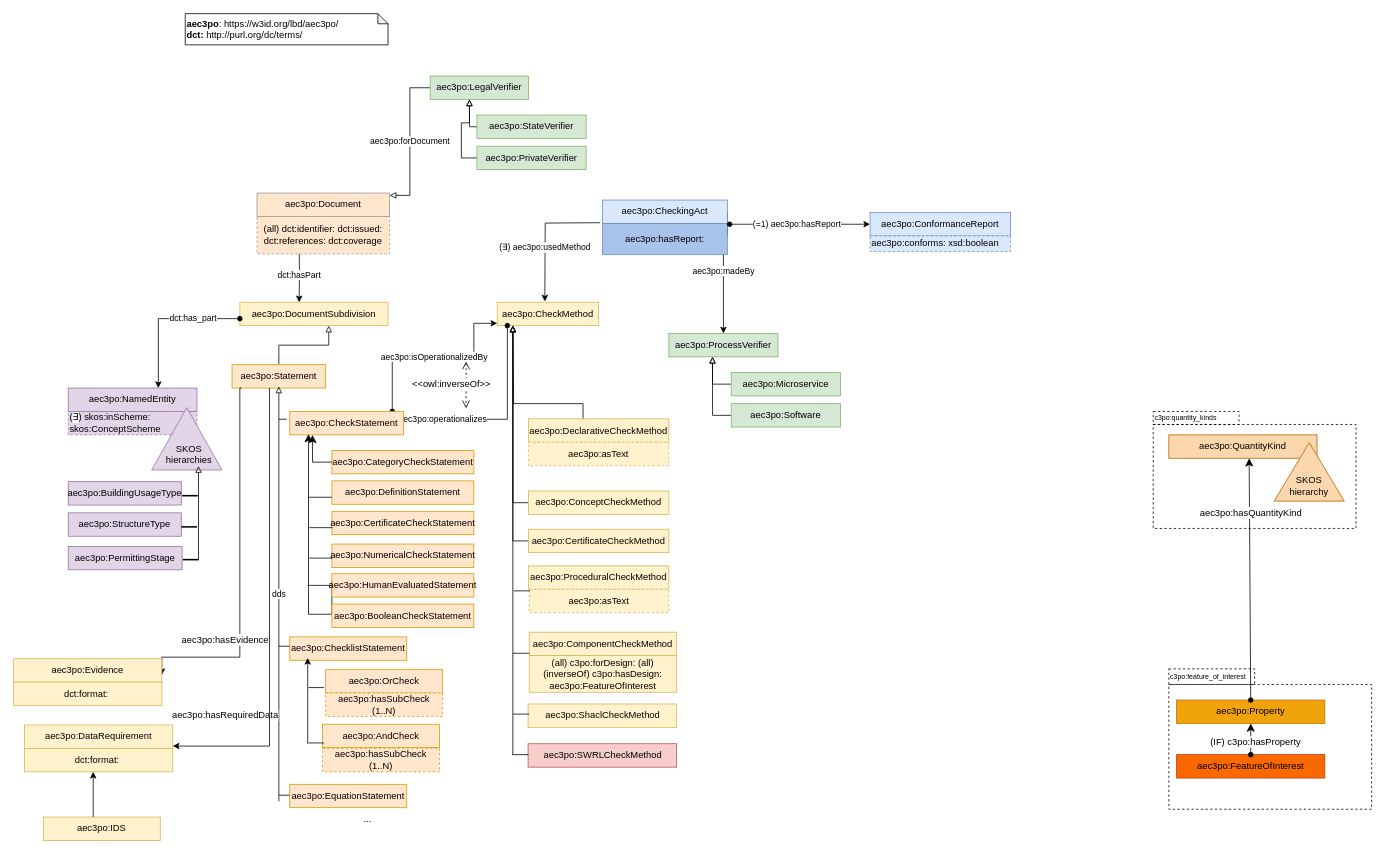
Earlier version of the draw.io diagram page "overview" (1 of 48) of src/aec3po.drawio (Accord-Project/aec3po). Source tidied: cells renumbered, new cells numbered last; positions are measured from the earlier drawing's top-left corner, leaving out a move shared by most shapes. Both pictures are drawn from the tidied source at 78%, with x=0, y=0 at pixel (13, 13).
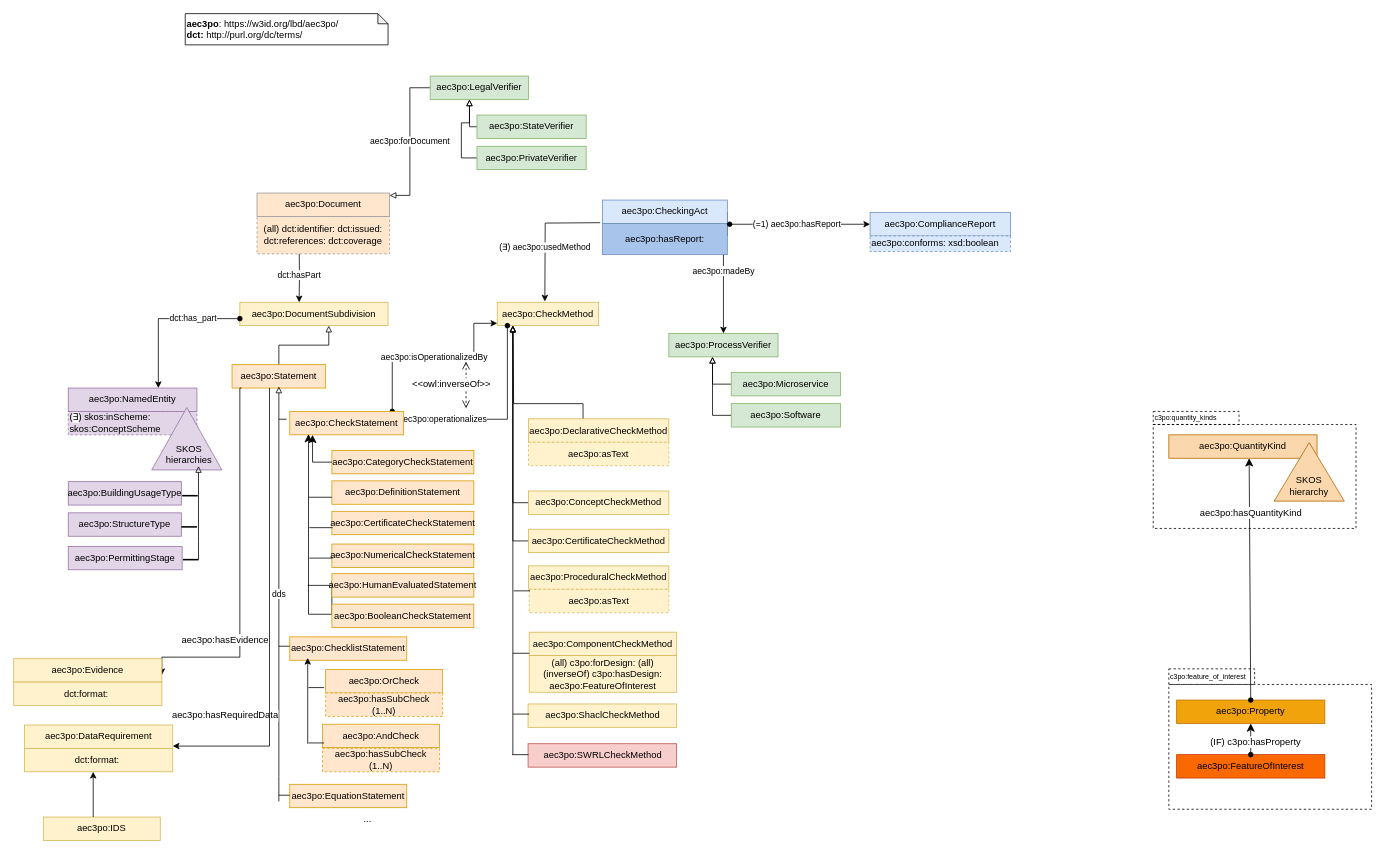
After the change.

What changed in the source:
```diff
@@
-    <mxCell id="109" value="aec3po:ConformanceReport" style="rounded=0;whiteSpace=wrap;html=1;fillColor=#dae8fc;strokeColor=#6c8ebf;" parent="1" vertex="1">
+    <mxCell id="109" value="aec3po:ComplianceReport" style="rounded=0;whiteSpace=wrap;html=1;fillColor=#dae8fc;strokeColor=#6c8ebf;" parent="1" vertex="1">
       <mxGeometry x="1098" y="255" width="180" height="30" as="geometry" />
     </mxCell>
```
